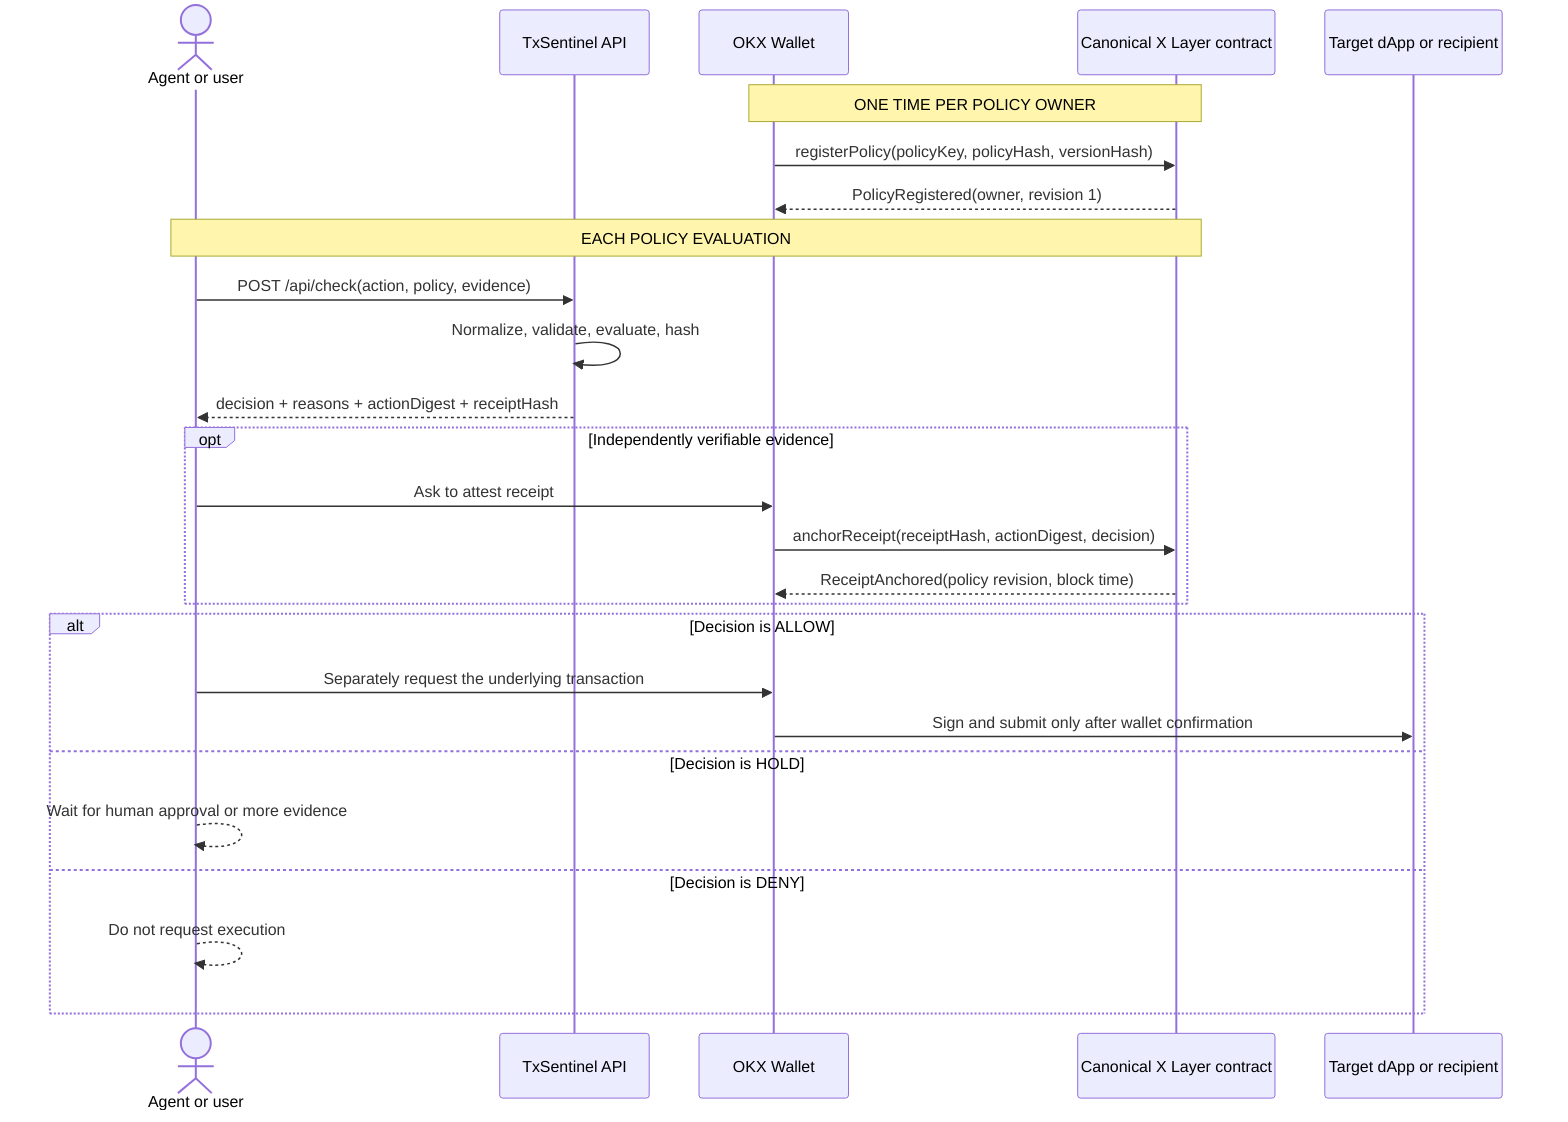
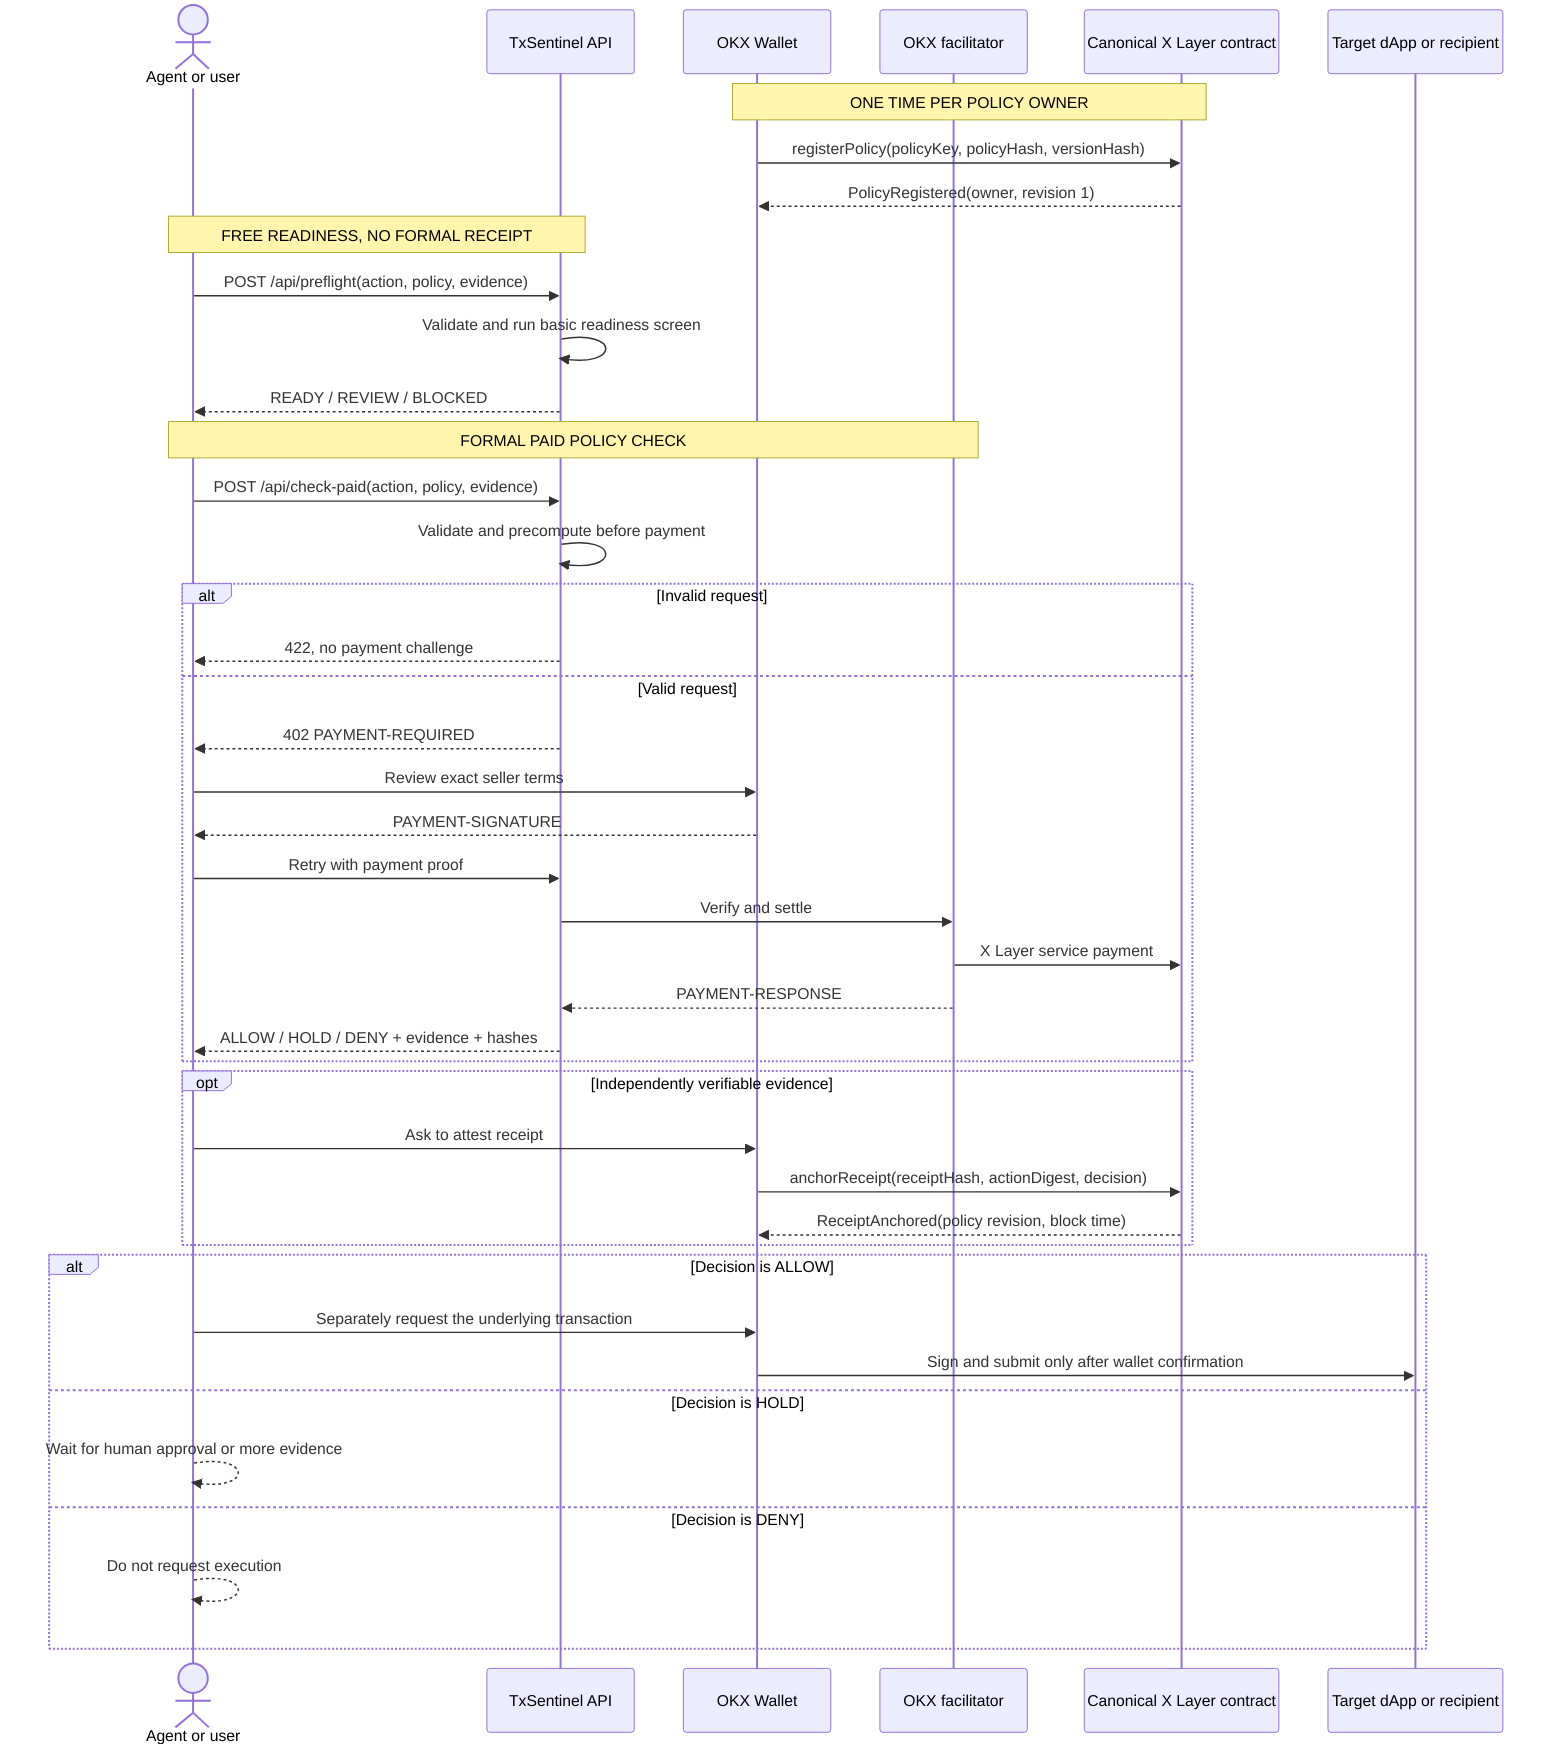
sequenceDiagram
  actor A as Agent or user
  participant T as TxSentinel API
  participant W as OKX Wallet
+   participant F as OKX facilitator
  participant C as Canonical X Layer contract
  participant D as Target dApp or recipient

  Note over W,C: ONE TIME PER POLICY OWNER
  W->>C: registerPolicy(policyKey, policyHash, versionHash)
  C-->>W: PolicyRegistered(owner, revision 1)

-   Note over A,C: EACH POLICY EVALUATION
-   A->>T: POST /api/check(action, policy, evidence)
-   T->>T: Normalize, validate, evaluate, hash
-   T-->>A: decision + reasons + actionDigest + receiptHash
+   Note over A,T: FREE READINESS, NO FORMAL RECEIPT
+   A->>T: POST /api/preflight(action, policy, evidence)
+   T->>T: Validate and run basic readiness screen
+   T-->>A: READY / REVIEW / BLOCKED
+ 
+   Note over A,F: FORMAL PAID POLICY CHECK
+   A->>T: POST /api/check-paid(action, policy, evidence)
+   T->>T: Validate and precompute before payment
+   alt Invalid request
+     T-->>A: 422, no payment challenge
+   else Valid request
+     T-->>A: 402 PAYMENT-REQUIRED
+     A->>W: Review exact seller terms
+     W-->>A: PAYMENT-SIGNATURE
+     A->>T: Retry with payment proof
+     T->>F: Verify and settle
+     F->>C: X Layer service payment
+     F-->>T: PAYMENT-RESPONSE
+     T-->>A: ALLOW / HOLD / DENY + evidence + hashes
+   end

  opt Independently verifiable evidence
    A->>W: Ask to attest receipt
    W->>C: anchorReceipt(receiptHash, actionDigest, decision)
    C-->>W: ReceiptAnchored(policy revision, block time)
  end

  alt Decision is ALLOW
    A->>W: Separately request the underlying transaction
    W->>D: Sign and submit only after wallet confirmation
  else Decision is HOLD
    A-->>A: Wait for human approval or more evidence
  else Decision is DENY
    A-->>A: Do not request execution
  end
